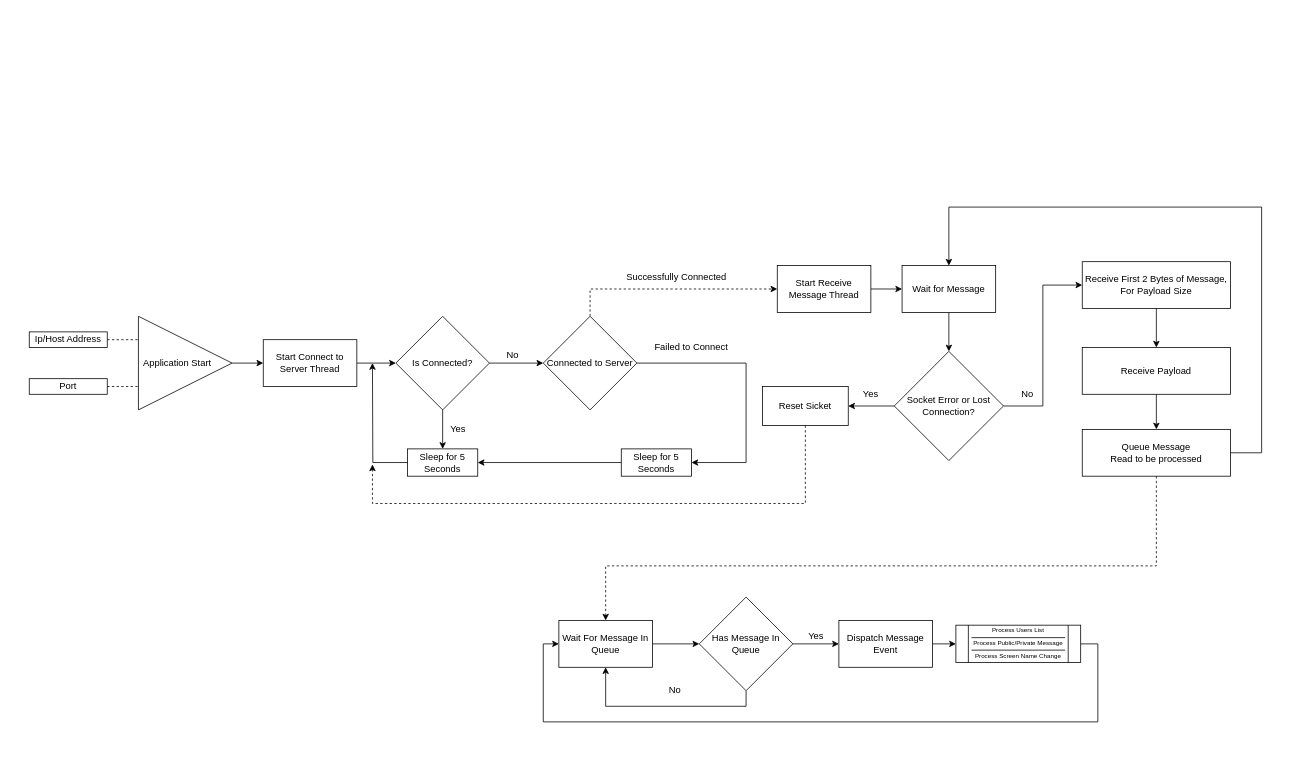
The draw.io diagram Untitled Diagram.drawio in Ashley-Sands/comp260-worksheet-1, before the edit. Source tidied: cells renumbered, new cells numbered last; positions are measured from the earlier drawing's top-left corner, leaving out a move shared by most shapes. Both pictures are drawn from the tidied source at 78%, with x=0, y=0 at pixel (29, 207).
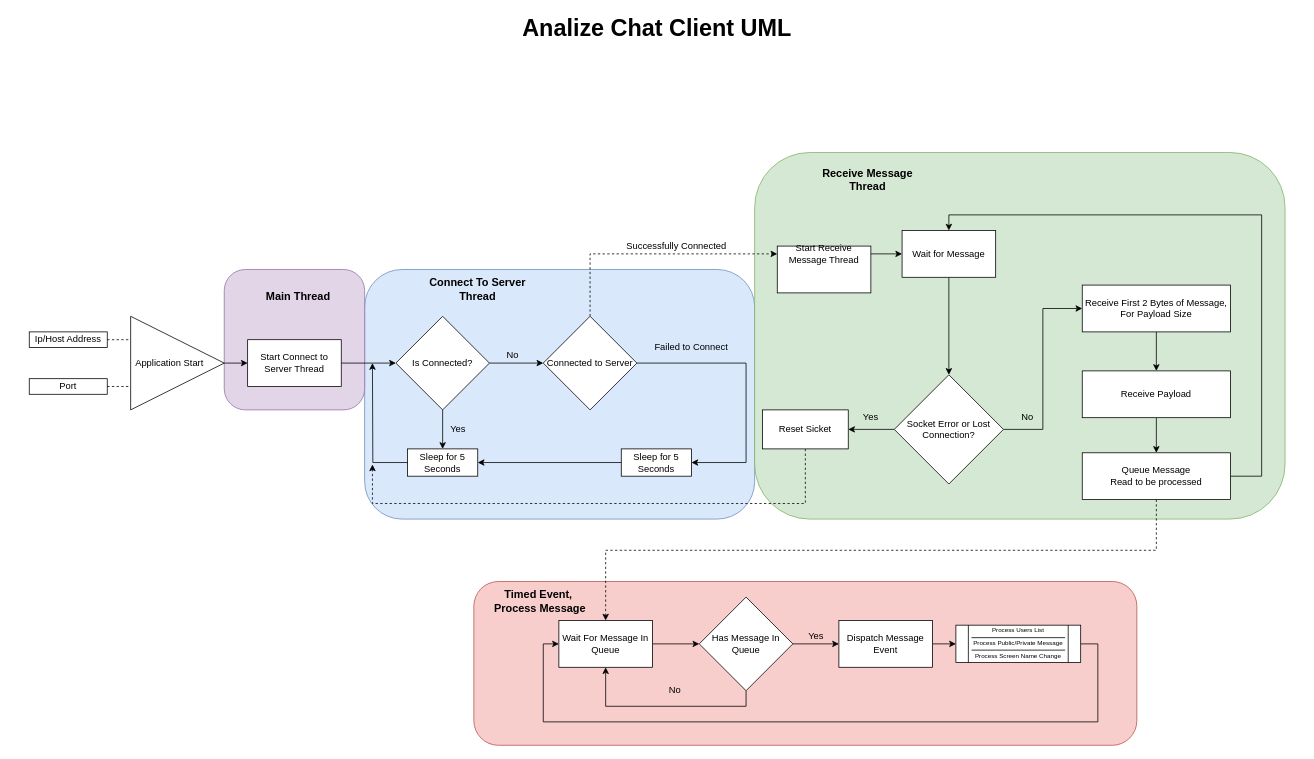
The same page after the edit.

The change refers to these unchanged cells:
```xml
<mxCell id="40" value="Connected to Server" style="rhombus;whiteSpace=wrap;html=1;" parent="1" vertex="1">
  <mxGeometry x="659" y="140" width="120" height="120" as="geometry" />
</mxCell>
<mxCell id="49" value="Wait For Message In Queue" style="rounded=0;whiteSpace=wrap;html=1;" parent="1" vertex="1">
  <mxGeometry x="679" y="530" width="120" height="60" as="geometry" />
</mxCell>
```

Diff of the diagram source:
```diff
@@
+    <mxCell id="65" parent="0" />
+    <mxCell id="66" style="rounded=1;whiteSpace=wrap;html=1;shadow=0;glass=0;comic=0;startSize=28;fillColor=#dae8fc;strokeColor=#6c8ebf;" parent="65" vertex="1">
+      <mxGeometry x="430" y="80" width="500" height="320" as="geometry" />
+    </mxCell>
+    <mxCell id="67" value="&lt;font style=&quot;font-size: 14px&quot;&gt;Connect To Server Thread&lt;/font&gt;" style="text;html=1;strokeColor=none;fillColor=none;align=center;verticalAlign=middle;whiteSpace=wrap;rounded=0;shadow=0;glass=0;comic=0;startSize=28;fontStyle=1;" parent="65" vertex="1">
+      <mxGeometry x="510" y="90" width="130" height="30" as="geometry" />
+    </mxCell>
+    <mxCell id="68" style="rounded=1;whiteSpace=wrap;html=1;shadow=0;glass=0;comic=0;startSize=28;fillColor=#d5e8d4;strokeColor=#82b366;" parent="65" vertex="1">
+      <mxGeometry x="930" y="-70" width="680" height="470" as="geometry" />
+    </mxCell>
+    <mxCell id="69" value="&lt;font style=&quot;font-size: 14px&quot;&gt;Receive Message Thread&lt;/font&gt;" style="text;html=1;strokeColor=none;fillColor=none;align=center;verticalAlign=middle;whiteSpace=wrap;rounded=0;shadow=0;glass=0;comic=0;startSize=28;fontStyle=1;" parent="65" vertex="1">
+      <mxGeometry x="1010" y="-50" width="130" height="30" as="geometry" />
+    </mxCell>
+    <mxCell id="70" style="rounded=1;whiteSpace=wrap;html=1;shadow=0;glass=0;comic=0;startSize=28;fillColor=#f8cecc;strokeColor=#b85450;" parent="65" vertex="1">
+      <mxGeometry x="570" y="480" width="850" height="210" as="geometry" />
+    </mxCell>
+    <mxCell id="71" value="&lt;font style=&quot;font-size: 14px&quot;&gt;Timed Event,&amp;nbsp;&lt;br&gt;Process Message&lt;br&gt;&lt;/font&gt;" style="text;html=1;strokeColor=none;fillColor=none;align=center;verticalAlign=middle;whiteSpace=wrap;rounded=0;shadow=0;glass=0;comic=0;startSize=28;fontStyle=1;" parent="65" vertex="1">
+      <mxGeometry x="590" y="490" width="130" height="30" as="geometry" />
+    </mxCell>
+    <mxCell id="72" style="rounded=1;whiteSpace=wrap;html=1;shadow=0;glass=0;comic=0;startSize=28;fillColor=#e1d5e7;strokeColor=#9673a6;" parent="65" vertex="1">
+      <mxGeometry x="250" y="80" width="180" height="180" as="geometry" />
+    </mxCell>
+    <mxCell id="73" value="&lt;font style=&quot;font-size: 14px&quot;&gt;Main Thread&lt;/font&gt;" style="text;html=1;strokeColor=none;fillColor=none;align=center;verticalAlign=middle;whiteSpace=wrap;rounded=0;shadow=0;glass=0;comic=0;startSize=28;fontStyle=1;" parent="65" vertex="1">
+      <mxGeometry x="280" y="100" width="130" height="30" as="geometry" />
+    </mxCell>
@@
     <mxCell id="2" style="triangle;whiteSpace=wrap;html=1;" parent="1" vertex="1">
-      <mxGeometry x="140" y="140" width="120" height="120" as="geometry" />
+      <mxGeometry x="130" y="140" width="120" height="120" as="geometry" />
     </mxCell>
     <mxCell id="3" value="Application Start" style="text;html=1;strokeColor=none;fillColor=none;align=center;verticalAlign=middle;whiteSpace=wrap;rounded=0;" parent="1" vertex="1">
-      <mxGeometry x="140" y="190" width="100" height="20" as="geometry" />
+      <mxGeometry x="130" y="190" width="100" height="20" as="geometry" />
     </mxCell>
@@
-    <mxCell id="10" style="endArrow=classic;html=1;exitX=1;exitY=0.5;exitDx=0;exitDy=0;" parent="1" edge="1" source="2">
-      <mxGeometry relative="1" as="geometry">
-        <mxPoint x="300" y="200" as="targetPoint" />
-      </mxGeometry>
+    <mxCell id="10" style="endArrow=classic;html=1;exitX=1;exitY=0.5;exitDx=0;exitDy=0;entryX=0;entryY=0.5;entryDx=0;entryDy=0;" parent="1" edge="1" source="2" target="38">
+      <mxGeometry relative="1" as="geometry" />
     </mxCell>
     <mxCell id="11" style="edgeStyle=orthogonalEdgeStyle;rounded=0;jettySize=auto;html=1;entryX=0;entryY=0.5;entryDx=0;entryDy=0;exitX=0.5;exitY=0;exitDx=0;exitDy=0;dashed=1;" parent="1" edge="1" source="40" target="19">
       <mxGeometry relative="1" as="geometry">
         <Array as="points">
-          <mxPoint x="719" y="105" />
+          <mxPoint x="719" y="60" />
         </Array>
       </mxGeometry>
     </mxCell>
@@
     <mxCell id="16" value="Successfully Connected" style="text;html=1;strokeColor=none;fillColor=none;align=center;verticalAlign=middle;whiteSpace=wrap;rounded=0;" parent="1" vertex="1">
-      <mxGeometry x="750" y="80" width="160" height="20" as="geometry" />
+      <mxGeometry x="750" y="40" width="160" height="20" as="geometry" />
     </mxCell>
     <mxCell id="17" style="rounded=0;whiteSpace=wrap;html=1;" parent="1" vertex="1">
-      <mxGeometry x="959" y="75" width="120" height="60" as="geometry" />
+      <mxGeometry x="959" y="50" width="120" height="60" as="geometry" />
     </mxCell>
@@
     <mxCell id="19" value="Start Receive Message Thread" style="text;html=1;strokeColor=none;fillColor=none;align=center;verticalAlign=middle;whiteSpace=wrap;rounded=0;" parent="1" vertex="1">
-      <mxGeometry x="959" y="75" width="120" height="60" as="geometry" />
+      <mxGeometry x="959" y="30" width="120" height="60" as="geometry" />
     </mxCell>
@@
     <mxCell id="21" value="Wait for Message" style="rounded=0;whiteSpace=wrap;html=1;" parent="1" vertex="1">
-      <mxGeometry x="1119" y="75" width="120" height="60" as="geometry" />
+      <mxGeometry x="1119" y="30" width="120" height="60" as="geometry" />
     </mxCell>
@@
     <mxCell id="24" value="Socket Error or Lost Connection?" style="rhombus;whiteSpace=wrap;html=1;" parent="1" vertex="1">
-      <mxGeometry x="1109" y="185" width="140" height="140" as="geometry" />
+      <mxGeometry x="1109" y="215" width="140" height="140" as="geometry" />
     </mxCell>
@@
     <mxCell id="26" value="Receive First 2 Bytes of Message, For Payload Size" style="rounded=0;whiteSpace=wrap;html=1;" parent="1" vertex="1">
-      <mxGeometry x="1350" y="70" width="190" height="60" as="geometry" />
+      <mxGeometry x="1350" y="100" width="190" height="60" as="geometry" />
     </mxCell>
@@
     <mxCell id="28" value="Receive Payload" style="rounded=0;whiteSpace=wrap;html=1;" parent="1" vertex="1">
-      <mxGeometry x="1350" y="180" width="190" height="60" as="geometry" />
+      <mxGeometry x="1350" y="210" width="190" height="60" as="geometry" />
     </mxCell>
     <mxCell id="29" style="edgeStyle=orthogonalEdgeStyle;rounded=0;jettySize=auto;html=1;entryX=0.5;entryY=0;entryDx=0;entryDy=0;" parent="1" edge="1" source="31" target="21">
       <mxGeometry relative="1" as="geometry">
         <Array as="points">
-          <mxPoint x="1580" y="315" />
-          <mxPoint x="1580" />
-          <mxPoint x="1179" />
+          <mxPoint x="1580" y="345" />
+          <mxPoint x="1580" y="10" />
+          <mxPoint x="1179" y="10" />
         </Array>
       </mxGeometry>
     </mxCell>
     <mxCell id="30" style="edgeStyle=orthogonalEdgeStyle;rounded=0;jettySize=auto;html=1;startSize=28;entryX=0.5;entryY=0;entryDx=0;entryDy=0;dashed=1;" parent="1" edge="1" source="31" target="49">
       <mxGeometry relative="1" as="geometry">
         <Array as="points">
-          <mxPoint x="1445" y="460" />
-          <mxPoint x="739" y="460" />
+          <mxPoint x="1445" y="440" />
+          <mxPoint x="739" y="440" />
         </Array>
       </mxGeometry>
     </mxCell>
     <mxCell id="31" value="Queue Message&lt;br&gt;Read to be processed" style="rounded=0;whiteSpace=wrap;html=1;" parent="1" vertex="1">
-      <mxGeometry x="1350" y="285" width="190" height="60" as="geometry" />
+      <mxGeometry x="1350" y="315" width="190" height="60" as="geometry" />
     </mxCell>
     <mxCell id="32" value="Yes" style="text;html=1;strokeColor=none;fillColor=none;align=center;verticalAlign=middle;whiteSpace=wrap;rounded=0;" parent="1" vertex="1">
-      <mxGeometry x="1059" y="230" width="40" height="20" as="geometry" />
+      <mxGeometry x="1059" y="260" width="40" height="20" as="geometry" />
     </mxCell>
     <mxCell id="33" value="No" style="text;html=1;strokeColor=none;fillColor=none;align=center;verticalAlign=middle;whiteSpace=wrap;rounded=0;" parent="1" vertex="1">
-      <mxGeometry x="1260" y="230" width="40" height="20" as="geometry" />
+      <mxGeometry x="1260" y="260" width="40" height="20" as="geometry" />
     </mxCell>
@@
     <mxCell id="38" value="&lt;span style=&quot;white-space: normal&quot;&gt;Start Connect to Server Thread&lt;/span&gt;" style="rounded=0;whiteSpace=wrap;html=1;" parent="1" vertex="1">
-      <mxGeometry x="300" y="170" width="120" height="60" as="geometry" />
+      <mxGeometry x="280" y="170" width="120" height="60" as="geometry" />
     </mxCell>
@@
     <mxCell id="47" value="Reset Sicket" style="rounded=0;whiteSpace=wrap;html=1;" parent="1" vertex="1">
-      <mxGeometry x="940" y="230" width="110" height="50" as="geometry" />
+      <mxGeometry x="940" y="260" width="110" height="50" as="geometry" />
     </mxCell>
@@
+    <mxCell id="74" value="&lt;b style=&quot;font-size: 30px&quot;&gt;Analize Chat Client UML&lt;/b&gt;" style="text;html=1;strokeColor=none;fillColor=none;align=center;verticalAlign=middle;whiteSpace=wrap;rounded=0;shadow=0;glass=0;comic=0;startSize=28;" parent="1" vertex="1">
+      <mxGeometry x="-20" y="-240" width="1650" height="20" as="geometry" />
+    </mxCell>
```
